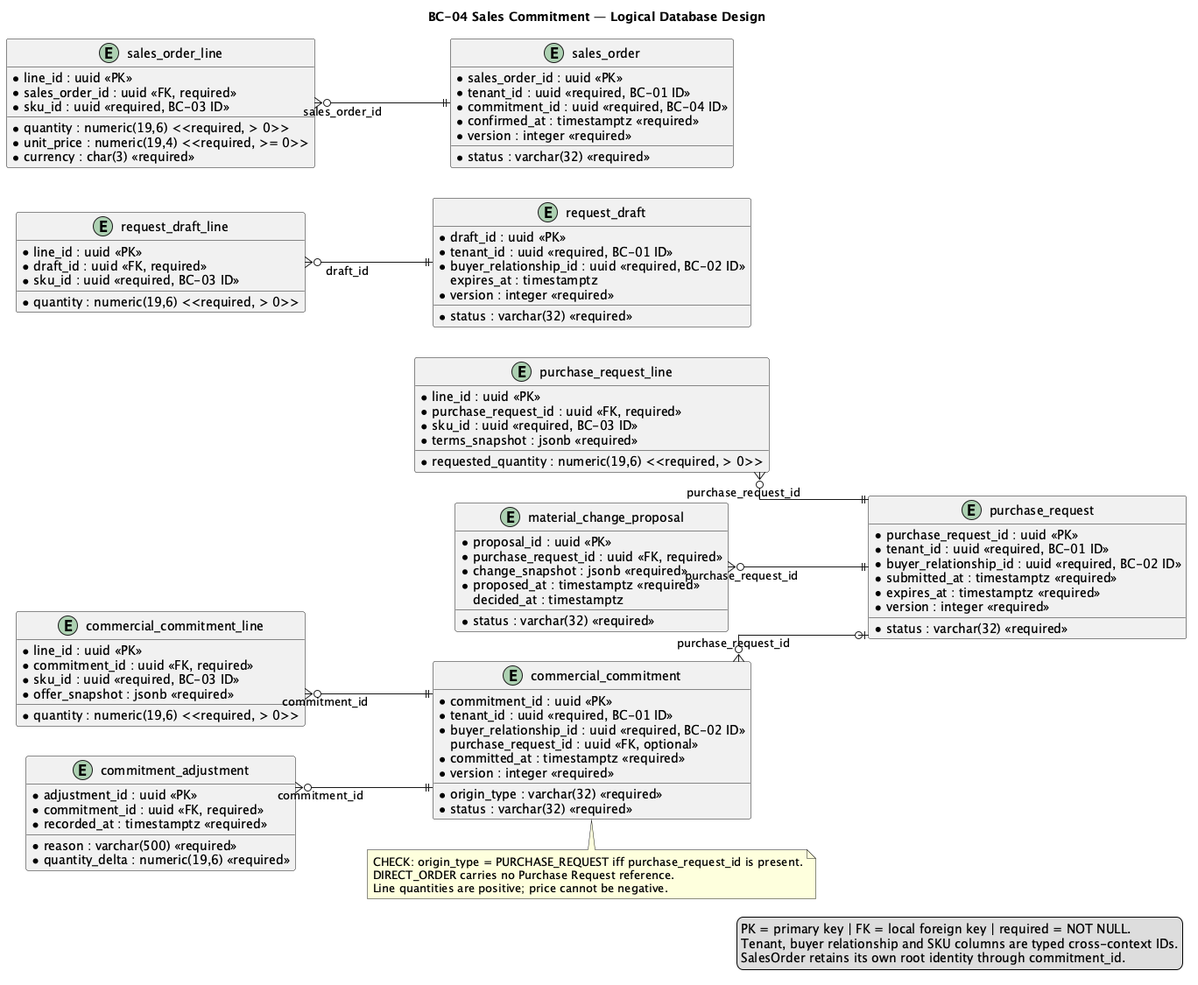
This is report/assets/chapter-2/tactical/BC-04/database-diagram.png from nexa-suite/mobile-report, a PlantUML export, as it was before one commit.
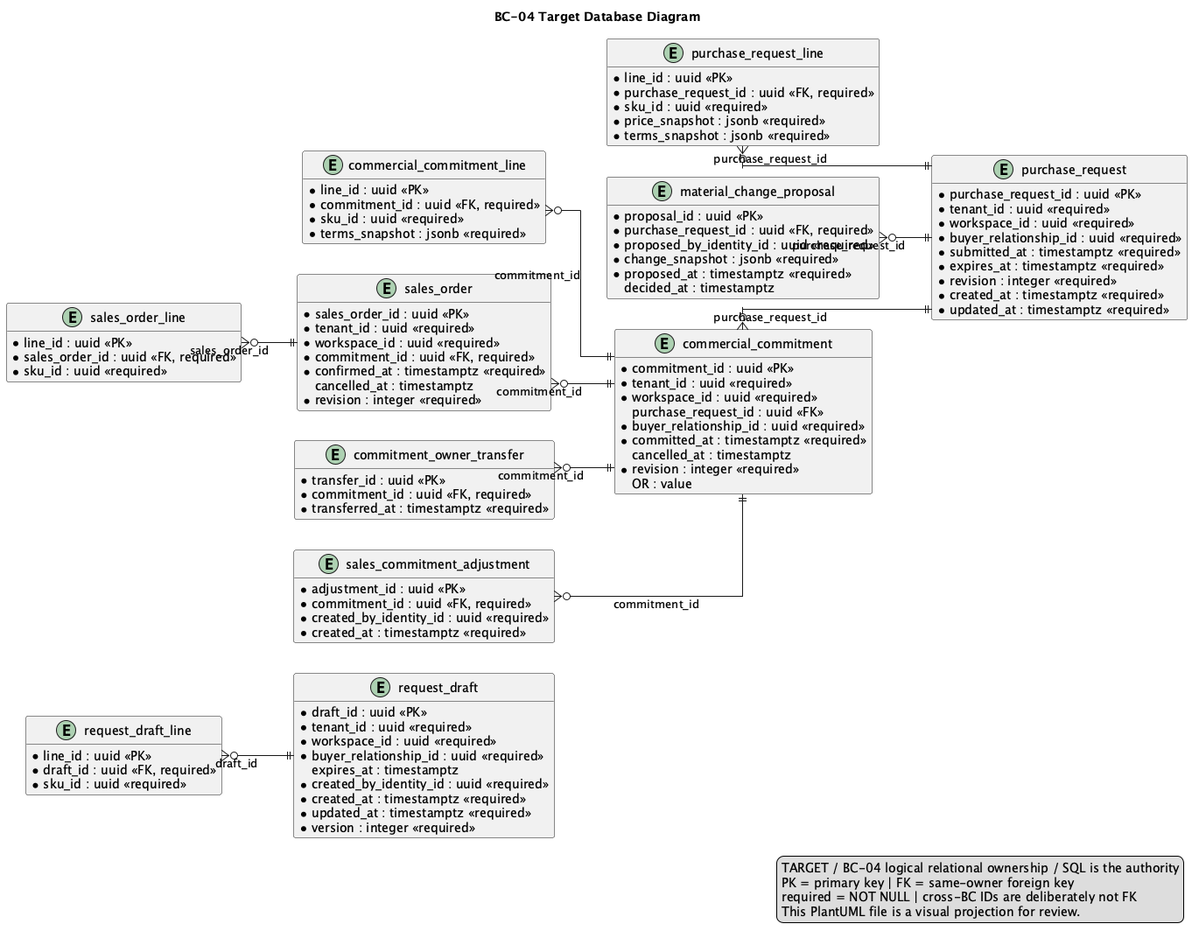
The same diagram one commit later.

What changed in the source:
```diff
@@ -1,6 +1,7 @@
 @startuml
-title BC-04 Sales Commitment — Logical Database Design
+title BC-04 Target Database Diagram
 left to right direction
+hide methods
 skinparam shadowing false
 skinparam linetype ortho
 skinparam entity {
@@ -9,111 +10,138 @@
   FontColor #0F172A
 }
 
-entity "request_draft" as request_draft {
+entity "request_draft" as t_request_draft {
   * draft_id : uuid <<PK>>
-  * tenant_id : uuid <<required, BC-01 ID>>
-  * buyer_relationship_id : uuid <<required, BC-02 ID>>
+  * tenant_id : uuid <<required>>
+  * workspace_id : uuid <<required>>
+  * buyer_relationship_id : uuid <<required>>
   * status : varchar(32) <<required>>
     expires_at : timestamptz
+  * created_by_identity_id : uuid <<required>>
+  * created_at : timestamptz <<required>>
+  * updated_at : timestamptz <<required>>
   * version : integer <<required>>
 }
 
-entity "request_draft_line" as request_draft_line {
+entity "request_draft_line" as t_request_draft_line {
   * line_id : uuid <<PK>>
   * draft_id : uuid <<FK, required>>
-  * sku_id : uuid <<required, BC-03 ID>>
-  * quantity : numeric(19,6) <<required, > 0>>
+  * sku_id : uuid <<required>>
+  * quantity : numeric(19,6) <<required>>
+    notes : varchar(500)
 }
 
-entity "purchase_request" as purchase_request {
+entity "purchase_request" as t_purchase_request {
   * purchase_request_id : uuid <<PK>>
-  * tenant_id : uuid <<required, BC-01 ID>>
-  * buyer_relationship_id : uuid <<required, BC-02 ID>>
+  * tenant_id : uuid <<required>>
+  * workspace_id : uuid <<required>>
+  * buyer_relationship_id : uuid <<required>>
   * status : varchar(32) <<required>>
   * submitted_at : timestamptz <<required>>
   * expires_at : timestamptz <<required>>
-  * version : integer <<required>>
+  * revision : integer <<required>>
+  * created_at : timestamptz <<required>>
+  * updated_at : timestamptz <<required>>
 }
 
-entity "purchase_request_line" as purchase_request_line {
+entity "purchase_request_line" as t_purchase_request_line {
   * line_id : uuid <<PK>>
   * purchase_request_id : uuid <<FK, required>>
-  * sku_id : uuid <<required, BC-03 ID>>
-  * requested_quantity : numeric(19,6) <<required, > 0>>
+  * sku_id : uuid <<required>>
+  * requested_quantity : numeric(19,6) <<required>>
+    accepted_quantity : numeric(19,6)
+  * price_snapshot : jsonb <<required>>
   * terms_snapshot : jsonb <<required>>
 }
 
-entity "material_change_proposal" as material_change_proposal {
+entity "material_change_proposal" as t_material_change_proposal {
   * proposal_id : uuid <<PK>>
   * purchase_request_id : uuid <<FK, required>>
+  * proposed_by_identity_id : uuid <<required>>
   * status : varchar(32) <<required>>
   * change_snapshot : jsonb <<required>>
   * proposed_at : timestamptz <<required>>
     decided_at : timestamptz
 }
 
-entity "commercial_commitment" as commercial_commitment {
+entity "commercial_commitment" as t_commercial_commitment {
   * commitment_id : uuid <<PK>>
-  * tenant_id : uuid <<required, BC-01 ID>>
-  * buyer_relationship_id : uuid <<required, BC-02 ID>>
+  * tenant_id : uuid <<required>>
+  * workspace_id : uuid <<required>>
   * origin_type : varchar(32) <<required>>
-    purchase_request_id : uuid <<FK, optional>>
+    purchase_request_id : uuid <<FK>>
+  * buyer_relationship_id : uuid <<required>>
   * status : varchar(32) <<required>>
   * committed_at : timestamptz <<required>>
-  * version : integer <<required>>
+    cancelled_at : timestamptz
+  * revision : integer <<required>>
+    OR : value
 }
 
-entity "commercial_commitment_line" as commercial_commitment_line {
+entity "commercial_commitment_line" as t_commercial_commitment_line {
   * line_id : uuid <<PK>>
   * commitment_id : uuid <<FK, required>>
-  * sku_id : uuid <<required, BC-03 ID>>
-  * quantity : numeric(19,6) <<required, > 0>>
-  * offer_snapshot : jsonb <<required>>
+  * sku_id : uuid <<required>>
+  * quantity : numeric(19,6) <<required>>
+  * unit_price : numeric(19,4) <<required>>
+  * currency : char(3) <<required>>
+  * terms_snapshot : jsonb <<required>>
 }
 
-entity "commitment_adjustment" as commitment_adjustment {
+entity "sales_order" as t_sales_order {
+  * sales_order_id : uuid <<PK>>
+  * tenant_id : uuid <<required>>
+  * workspace_id : uuid <<required>>
+  * commitment_id : uuid <<FK, required>>
+  * status : varchar(32) <<required>>
+  * confirmed_at : timestamptz <<required>>
+    cancelled_at : timestamptz
+  * revision : integer <<required>>
+}
+
+entity "sales_order_line" as t_sales_order_line {
+  * line_id : uuid <<PK>>
+  * sales_order_id : uuid <<FK, required>>
+  * sku_id : uuid <<required>>
+  * quantity : numeric(19,6) <<required>>
+  * unit_price : numeric(19,4) <<required>>
+  * currency : char(3) <<required>>
+  * fulfillment_quantity : numeric(19,6) <<required>>
+}
+
+entity "commitment_owner_transfer" as t_commitment_owner_transfer {
+  * transfer_id : uuid <<PK>>
+  * commitment_id : uuid <<FK, required>>
+  * from_owner : varchar(32) <<required>>
+  * to_owner : varchar(32) <<required>>
+  * transferred_at : timestamptz <<required>>
+  * reason : varchar(500) <<required>>
+}
+
+entity "sales_commitment_adjustment" as t_sales_commitment_adjustment {
   * adjustment_id : uuid <<PK>>
   * commitment_id : uuid <<FK, required>>
   * reason : varchar(500) <<required>>
   * quantity_delta : numeric(19,6) <<required>>
-  * recorded_at : timestamptz <<required>>
+  * amount_delta : numeric(19,4) <<required>>
+  * created_by_identity_id : uuid <<required>>
+  * created_at : timestamptz <<required>>
 }
 
-entity "sales_order" as sales_order {
-  * sales_order_id : uuid <<PK>>
-  * tenant_id : uuid <<required, BC-01 ID>>
-  * commitment_id : uuid <<required, BC-04 ID>>
-  * status : varchar(32) <<required>>
-  * confirmed_at : timestamptz <<required>>
-  * version : integer <<required>>
-}
-
-entity "sales_order_line" as sales_order_line {
-  * line_id : uuid <<PK>>
-  * sales_order_id : uuid <<FK, required>>
-  * sku_id : uuid <<required, BC-03 ID>>
-  * quantity : numeric(19,6) <<required, > 0>>
-  * unit_price : numeric(19,4) <<required, >= 0>>
-  * currency : char(3) <<required>>
-}
-
-request_draft_line }o--|| request_draft : draft_id
-purchase_request_line }o--|| purchase_request : purchase_request_id
-material_change_proposal }o--|| purchase_request : purchase_request_id
-commercial_commitment }o--o| purchase_request : purchase_request_id
-commercial_commitment_line }o--|| commercial_commitment : commitment_id
-commitment_adjustment }o--|| commercial_commitment : commitment_id
-sales_order_line }o--|| sales_order : sales_order_id
-
-note bottom of commercial_commitment
-CHECK: origin_type = PURCHASE_REQUEST iff purchase_request_id is present.
-DIRECT_ORDER carries no Purchase Request reference.
-Line quantities are positive; price cannot be negative.
-end note
+t_request_draft_line }o--|| t_request_draft : draft_id
+t_purchase_request_line }o--|| t_purchase_request : purchase_request_id
+t_material_change_proposal }o--|| t_purchase_request : purchase_request_id
+t_commercial_commitment }o--|| t_purchase_request : purchase_request_id
+t_commercial_commitment_line }o--|| t_commercial_commitment : commitment_id
+t_sales_order }o--|| t_commercial_commitment : commitment_id
+t_sales_order_line }o--|| t_sales_order : sales_order_id
+t_commitment_owner_transfer }o--|| t_commercial_commitment : commitment_id
+t_sales_commitment_adjustment }o--|| t_commercial_commitment : commitment_id
 
 legend right
-PK = primary key | FK = local foreign key | required = NOT NULL.
-Tenant, buyer relationship and SKU columns are typed cross-context IDs.
-SalesOrder retains its own root identity through commitment_id.
+TARGET / BC-04 logical relational ownership / SQL is the authority
+PK = primary key | FK = same-owner foreign key
+required = NOT NULL | cross-BC IDs are deliberately not FK
+This PlantUML file is a visual projection for review.
 endlegend
 @enduml
```
